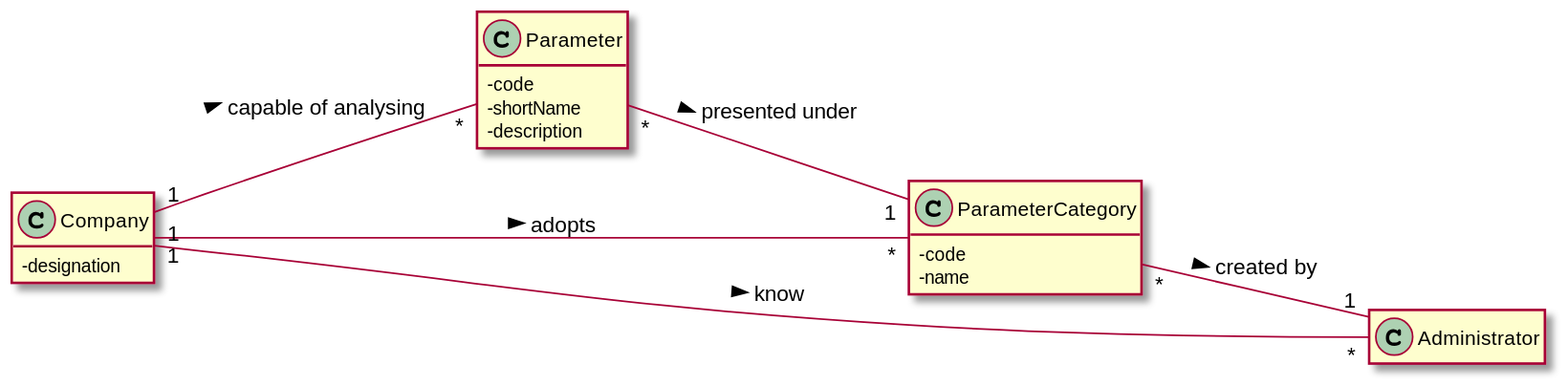
Before: docs/SprintB/US_10/US010_MD.svg, a diagram exported from PlantUML (ana-albergaria/LAPR2-ISEP).
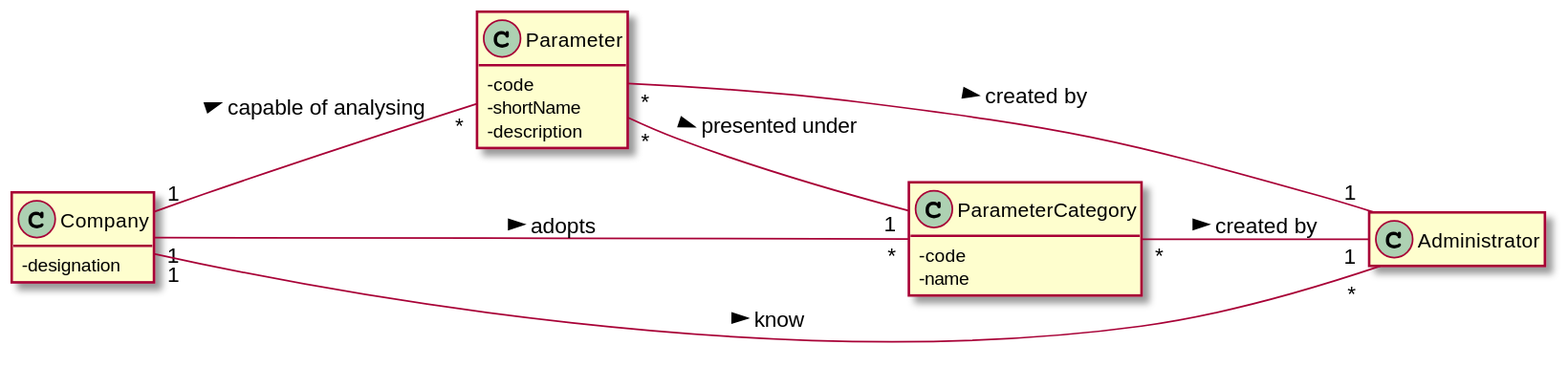
Above is the later version.

What changed in the source:
```diff
@@ -29,7 +29,7 @@
 Company "1" -- "*" Administrator : know >
 Parameter "*" -- "1" ParameterCategory: presented under >
 ParameterCategory "*" -- "1" Administrator: created by >
-
+Parameter "*" -- "1" Administrator: created by >
 
 
 @enduml
```
